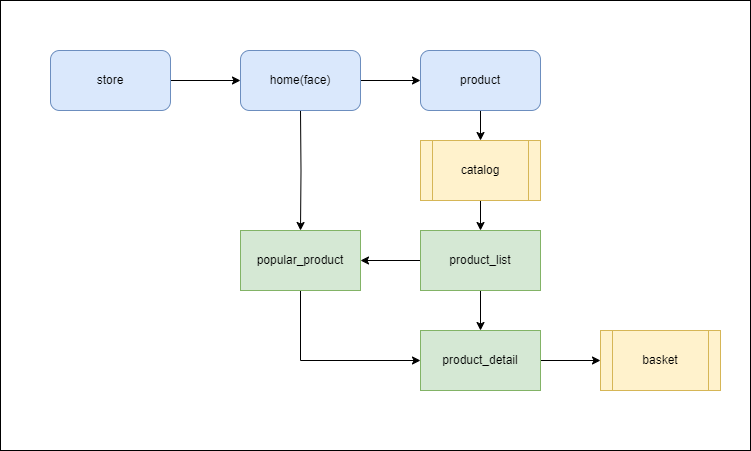
Above: Схема.drawio.png in Far-g-Us/shoe_store (draw.io), before the change. Source tidied: cells renumbered, new cells last; positions are measured from the earlier drawing's top-left corner, leaving out a move shared by most shapes. Source of this version:
```xml
<mxGraphModel>
  <root>
    <mxCell id="0" />
    <mxCell id="1" parent="0" />
    <mxCell id="2" style="rounded=0;whiteSpace=wrap;html=1;" parent="1" vertex="1">
      <mxGeometry width="750" height="450" as="geometry" />
    </mxCell>
    <mxCell id="3" style="edgeStyle=orthogonalEdgeStyle;rounded=0;orthogonalLoop=1;jettySize=auto;html=1;" parent="1" edge="1">
      <mxGeometry relative="1" as="geometry">
        <mxPoint x="170" y="80" as="sourcePoint" />
        <mxPoint x="240" y="80" as="targetPoint" />
      </mxGeometry>
    </mxCell>
    <mxCell id="4" style="edgeStyle=orthogonalEdgeStyle;rounded=0;orthogonalLoop=1;jettySize=auto;html=1;" parent="1" edge="1">
      <mxGeometry relative="1" as="geometry">
        <mxPoint x="360" y="80" as="sourcePoint" />
        <mxPoint x="420" y="80" as="targetPoint" />
      </mxGeometry>
    </mxCell>
    <mxCell id="5" style="edgeStyle=orthogonalEdgeStyle;rounded=0;jettySize=auto;html=1;" parent="1" edge="1" target="12">
      <mxGeometry relative="1" as="geometry">
        <mxPoint x="300" y="110" as="sourcePoint" />
      </mxGeometry>
    </mxCell>
    <mxCell id="6" style="edgeStyle=orthogonalEdgeStyle;rounded=0;jettySize=auto;html=1;exitX=0.5;exitY=1;exitDx=0;exitDy=0;entryX=0.5;entryY=0;entryDx=0;entryDy=0;" parent="1" edge="1" source="8" target="10">
      <mxGeometry relative="1" as="geometry" />
    </mxCell>
    <mxCell id="7" style="edgeStyle=orthogonalEdgeStyle;rounded=0;jettySize=auto;html=1;exitX=0;exitY=0.5;exitDx=0;exitDy=0;entryX=1;entryY=0.5;entryDx=0;entryDy=0;" parent="1" edge="1" source="8" target="12">
      <mxGeometry relative="1" as="geometry" />
    </mxCell>
    <mxCell id="8" value="product_list" style="rounded=0;whiteSpace=wrap;html=1;fillColor=#d5e8d4;strokeColor=#82b366;" parent="1" vertex="1">
      <mxGeometry x="420" y="230" width="120" height="60" as="geometry" />
    </mxCell>
    <mxCell id="9" style="edgeStyle=orthogonalEdgeStyle;rounded=0;jettySize=auto;html=1;" parent="1" edge="1" source="10" target="17">
      <mxGeometry relative="1" as="geometry" />
    </mxCell>
    <mxCell id="10" value="product_detail" style="rounded=0;whiteSpace=wrap;html=1;fillColor=#d5e8d4;strokeColor=#82b366;" parent="1" vertex="1">
      <mxGeometry x="420" y="330" width="120" height="60" as="geometry" />
    </mxCell>
    <mxCell id="11" style="edgeStyle=orthogonalEdgeStyle;rounded=0;jettySize=auto;html=1;exitX=0.5;exitY=1;exitDx=0;exitDy=0;entryX=0;entryY=0.5;entryDx=0;entryDy=0;" parent="1" edge="1" source="12" target="10">
      <mxGeometry relative="1" as="geometry" />
    </mxCell>
    <mxCell id="12" value="&lt;div&gt;popular_product&lt;/div&gt;" style="rounded=0;whiteSpace=wrap;html=1;fillColor=#d5e8d4;strokeColor=#82b366;" parent="1" vertex="1">
      <mxGeometry x="240" y="230" width="120" height="60" as="geometry" />
    </mxCell>
    <mxCell id="13" value="store" style="rounded=1;whiteSpace=wrap;html=1;fillColor=#dae8fc;strokeColor=#6c8ebf;" parent="1" vertex="1">
      <mxGeometry x="50" y="50" width="120" height="60" as="geometry" />
    </mxCell>
    <mxCell id="14" value="home(face)" style="rounded=1;whiteSpace=wrap;html=1;fillColor=#dae8fc;strokeColor=#6c8ebf;" parent="1" vertex="1">
      <mxGeometry x="240" y="50" width="120" height="60" as="geometry" />
    </mxCell>
    <mxCell id="15" style="edgeStyle=orthogonalEdgeStyle;rounded=0;jettySize=auto;html=1;" parent="1" edge="1" source="16" target="19">
      <mxGeometry relative="1" as="geometry" />
    </mxCell>
    <mxCell id="16" value="product" style="rounded=1;whiteSpace=wrap;html=1;fillColor=#dae8fc;strokeColor=#6c8ebf;" parent="1" vertex="1">
      <mxGeometry x="420" y="50" width="120" height="60" as="geometry" />
    </mxCell>
    <mxCell id="17" value="basket" style="shape=process;whiteSpace=wrap;html=1;backgroundOutline=1;fillColor=#fff2cc;strokeColor=#d6b656;" parent="1" vertex="1">
      <mxGeometry x="600" y="330" width="120" height="60" as="geometry" />
    </mxCell>
    <mxCell id="18" style="edgeStyle=orthogonalEdgeStyle;rounded=0;jettySize=auto;html=1;exitX=0.5;exitY=1;exitDx=0;exitDy=0;entryX=0.5;entryY=0;entryDx=0;entryDy=0;" parent="1" edge="1" source="19" target="8">
      <mxGeometry relative="1" as="geometry" />
    </mxCell>
    <mxCell id="19" value="catalog" style="shape=process;whiteSpace=wrap;html=1;backgroundOutline=1;fillColor=#fff2cc;strokeColor=#d6b656;" parent="1" vertex="1">
      <mxGeometry x="420" y="140" width="120" height="60" as="geometry" />
    </mxCell>
  </root>
</mxGraphModel>
```
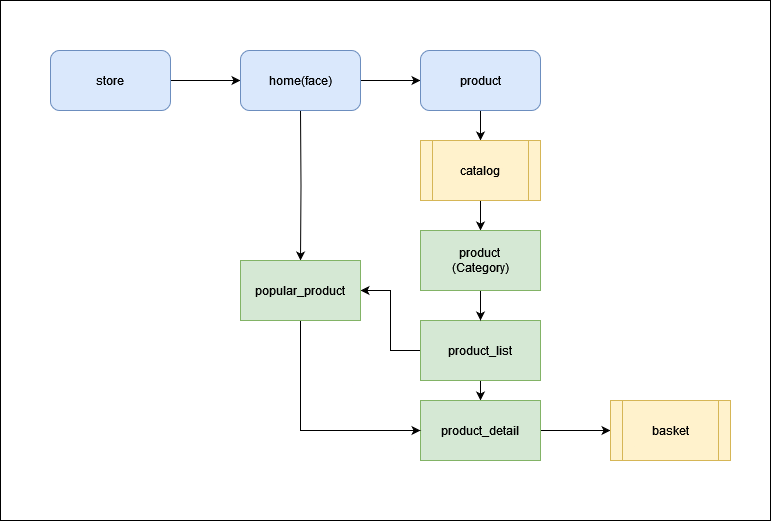
The same file after the commit.

Diff of the diagram source:
```diff
@@ -3,7 +3,7 @@
     <mxCell id="0" />
     <mxCell id="1" parent="0" />
     <mxCell id="2" style="rounded=0;whiteSpace=wrap;html=1;" parent="1" vertex="1">
-      <mxGeometry width="750" height="450" as="geometry" />
+      <mxGeometry width="770" height="520" as="geometry" />
     </mxCell>
     <mxCell id="3" style="edgeStyle=orthogonalEdgeStyle;rounded=0;orthogonalLoop=1;jettySize=auto;html=1;" parent="1" edge="1">
       <mxGeometry relative="1" as="geometry">
@@ -29,19 +29,19 @@
       <mxGeometry relative="1" as="geometry" />
     </mxCell>
     <mxCell id="8" value="product_list" style="rounded=0;whiteSpace=wrap;html=1;fillColor=#d5e8d4;strokeColor=#82b366;" parent="1" vertex="1">
-      <mxGeometry x="420" y="230" width="120" height="60" as="geometry" />
+      <mxGeometry x="420" y="320" width="120" height="60" as="geometry" />
     </mxCell>
     <mxCell id="9" style="edgeStyle=orthogonalEdgeStyle;rounded=0;jettySize=auto;html=1;" parent="1" edge="1" source="10" target="17">
       <mxGeometry relative="1" as="geometry" />
     </mxCell>
     <mxCell id="10" value="product_detail" style="rounded=0;whiteSpace=wrap;html=1;fillColor=#d5e8d4;strokeColor=#82b366;" parent="1" vertex="1">
-      <mxGeometry x="420" y="330" width="120" height="60" as="geometry" />
+      <mxGeometry x="420" y="400" width="120" height="60" as="geometry" />
     </mxCell>
     <mxCell id="11" style="edgeStyle=orthogonalEdgeStyle;rounded=0;jettySize=auto;html=1;exitX=0.5;exitY=1;exitDx=0;exitDy=0;entryX=0;entryY=0.5;entryDx=0;entryDy=0;" parent="1" edge="1" source="12" target="10">
       <mxGeometry relative="1" as="geometry" />
     </mxCell>
     <mxCell id="12" value="&lt;div&gt;popular_product&lt;/div&gt;" style="rounded=0;whiteSpace=wrap;html=1;fillColor=#d5e8d4;strokeColor=#82b366;" parent="1" vertex="1">
-      <mxGeometry x="240" y="230" width="120" height="60" as="geometry" />
+      <mxGeometry x="240" y="260" width="120" height="60" as="geometry" />
     </mxCell>
     <mxCell id="13" value="store" style="rounded=1;whiteSpace=wrap;html=1;fillColor=#dae8fc;strokeColor=#6c8ebf;" parent="1" vertex="1">
       <mxGeometry x="50" y="50" width="120" height="60" as="geometry" />
@@ -56,13 +56,19 @@
       <mxGeometry x="420" y="50" width="120" height="60" as="geometry" />
     </mxCell>
     <mxCell id="17" value="basket" style="shape=process;whiteSpace=wrap;html=1;backgroundOutline=1;fillColor=#fff2cc;strokeColor=#d6b656;" parent="1" vertex="1">
-      <mxGeometry x="600" y="330" width="120" height="60" as="geometry" />
+      <mxGeometry x="610" y="400" width="120" height="60" as="geometry" />
     </mxCell>
-    <mxCell id="18" style="edgeStyle=orthogonalEdgeStyle;rounded=0;jettySize=auto;html=1;exitX=0.5;exitY=1;exitDx=0;exitDy=0;entryX=0.5;entryY=0;entryDx=0;entryDy=0;" parent="1" edge="1" source="19" target="8">
-      <mxGeometry relative="1" as="geometry" />
-    </mxCell>
+    <mxCell id="20" style="edgeStyle=orthogonalEdgeStyle;rounded=0;jettySize=auto;html=1;" parent="1" edge="1" source="19" target="22">
+      <mxGeometry relative="1" as="geometry" />
+    </mxCell>
     <mxCell id="19" value="catalog" style="shape=process;whiteSpace=wrap;html=1;backgroundOutline=1;fillColor=#fff2cc;strokeColor=#d6b656;" parent="1" vertex="1">
       <mxGeometry x="420" y="140" width="120" height="60" as="geometry" />
     </mxCell>
+    <mxCell id="21" style="edgeStyle=orthogonalEdgeStyle;rounded=0;jettySize=auto;html=1;exitX=0.5;exitY=1;exitDx=0;exitDy=0;entryX=0.5;entryY=0;entryDx=0;entryDy=0;" parent="1" edge="1" source="22" target="8">
+      <mxGeometry relative="1" as="geometry" />
+    </mxCell>
+    <mxCell id="22" value="product&lt;br&gt;(Category)" style="rounded=0;whiteSpace=wrap;html=1;fillColor=#d5e8d4;strokeColor=#82b366;" parent="1" vertex="1">
+      <mxGeometry x="420" y="230" width="120" height="60" as="geometry" />
+    </mxCell>
   </root>
 </mxGraphModel>
```
